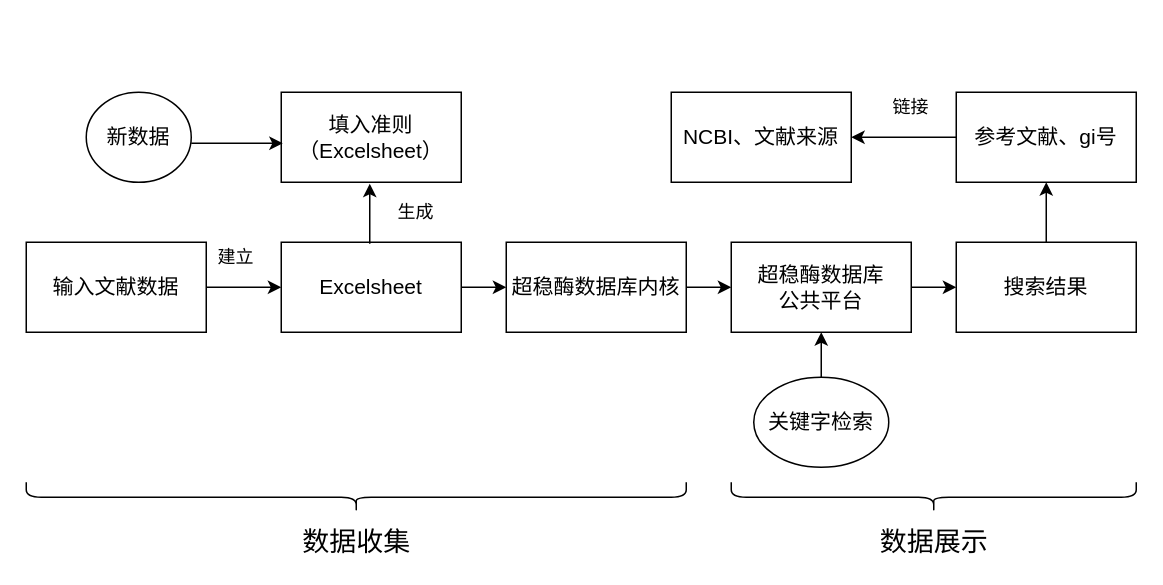
ciky1210/MachineLearning_Ng keeps this draw.io diagram as 数据库关系.drawio. Above is the earlier version. Source tidied: cells renumbered, new cells numbered last; positions are measured from the earlier drawing's top-left corner, leaving out a move shared by most shapes. Both pictures are drawn from the tidied source at 150%, with x=0, y=0 at pixel (26, 92).
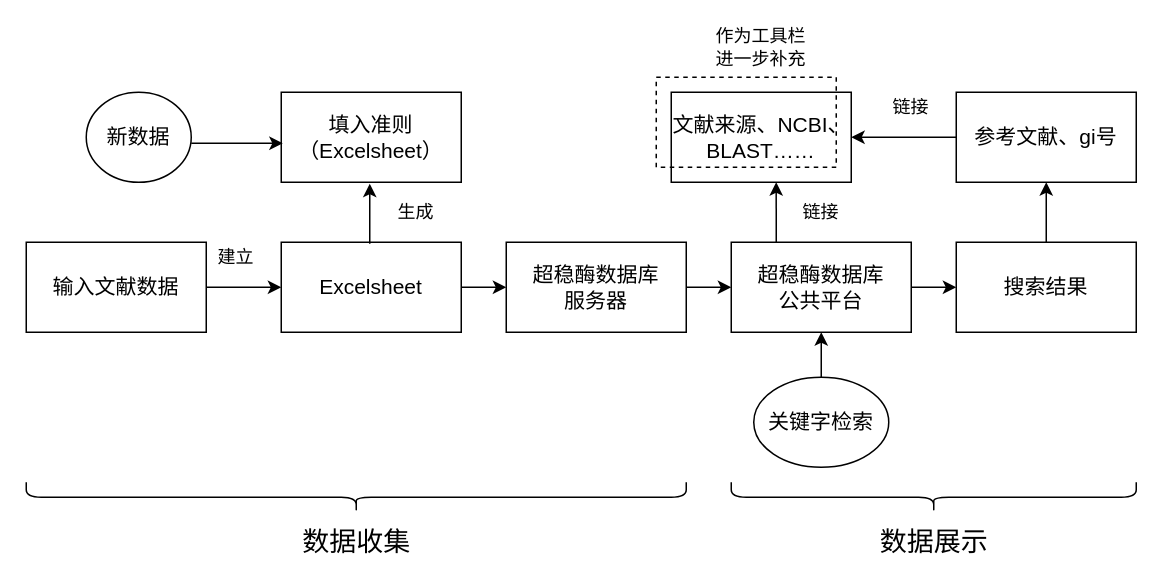
The same page after the edit.

Commit message:
Update 数据库关系.drawio

The change refers to these unchanged cells:
```xml
<mxCell id="5" value="&lt;font style=&quot;font-size: 14px&quot;&gt;超稳酶数据库&lt;br&gt;公共平台&lt;/font&gt;" style="rounded=0;whiteSpace=wrap;html=1;" parent="1" vertex="1">
  <mxGeometry x="470" y="100" width="120" height="60" as="geometry" />
</mxCell>
```

Change to the diagram source:
```diff
@@
-    <mxCell id="4" value="&lt;font style=&quot;font-size: 14px&quot;&gt;超稳酶数据库内核&lt;/font&gt;" style="rounded=0;whiteSpace=wrap;html=1;" parent="1" vertex="1">
+    <mxCell id="4" value="&lt;font style=&quot;font-size: 14px&quot;&gt;超稳酶数据库&lt;br&gt;服务器&lt;br&gt;&lt;/font&gt;" style="rounded=0;whiteSpace=wrap;html=1;" parent="1" vertex="1">
       <mxGeometry x="320" y="100" width="120" height="60" as="geometry" />
     </mxCell>
@@
-    <mxCell id="8" value="&lt;font style=&quot;font-size: 14px&quot;&gt;NCBI、文献来源&lt;/font&gt;" style="rounded=0;whiteSpace=wrap;html=1;" parent="1" vertex="1">
+    <mxCell id="8" value="&lt;font style=&quot;font-size: 14px&quot;&gt;文献来源、NCBI、BLAST……&lt;/font&gt;" style="rounded=0;whiteSpace=wrap;html=1;" parent="1" vertex="1">
       <mxGeometry x="430" width="120" height="60" as="geometry" />
     </mxCell>
@@
+    <mxCell id="28" style="endArrow=classic;html=1;exitX=0.25;exitY=0;exitDx=0;exitDy=0;entryX=0.583;entryY=1;entryDx=0;entryDy=0;entryPerimeter=0;" parent="1" edge="1" source="5" target="8">
+      <mxGeometry relative="1" as="geometry" />
+    </mxCell>
+    <mxCell id="29" value="链接" style="text;html=1;strokeColor=none;fillColor=none;align=center;verticalAlign=middle;whiteSpace=wrap;rounded=0;" parent="1" vertex="1">
+      <mxGeometry x="510" y="70" width="40" height="20" as="geometry" />
+    </mxCell>
+    <mxCell id="30" style="rounded=0;whiteSpace=wrap;html=1;dashed=1;fillColor=none;" parent="1" vertex="1">
+      <mxGeometry x="420" y="-10" width="120" height="60" as="geometry" />
+    </mxCell>
+    <mxCell id="31" value="作为工具栏进一步补充" style="text;html=1;strokeColor=none;fillColor=none;align=center;verticalAlign=middle;whiteSpace=wrap;rounded=0;dashed=1;" parent="1" vertex="1">
+      <mxGeometry x="455" y="-40" width="70" height="20" as="geometry" />
+    </mxCell>
```
